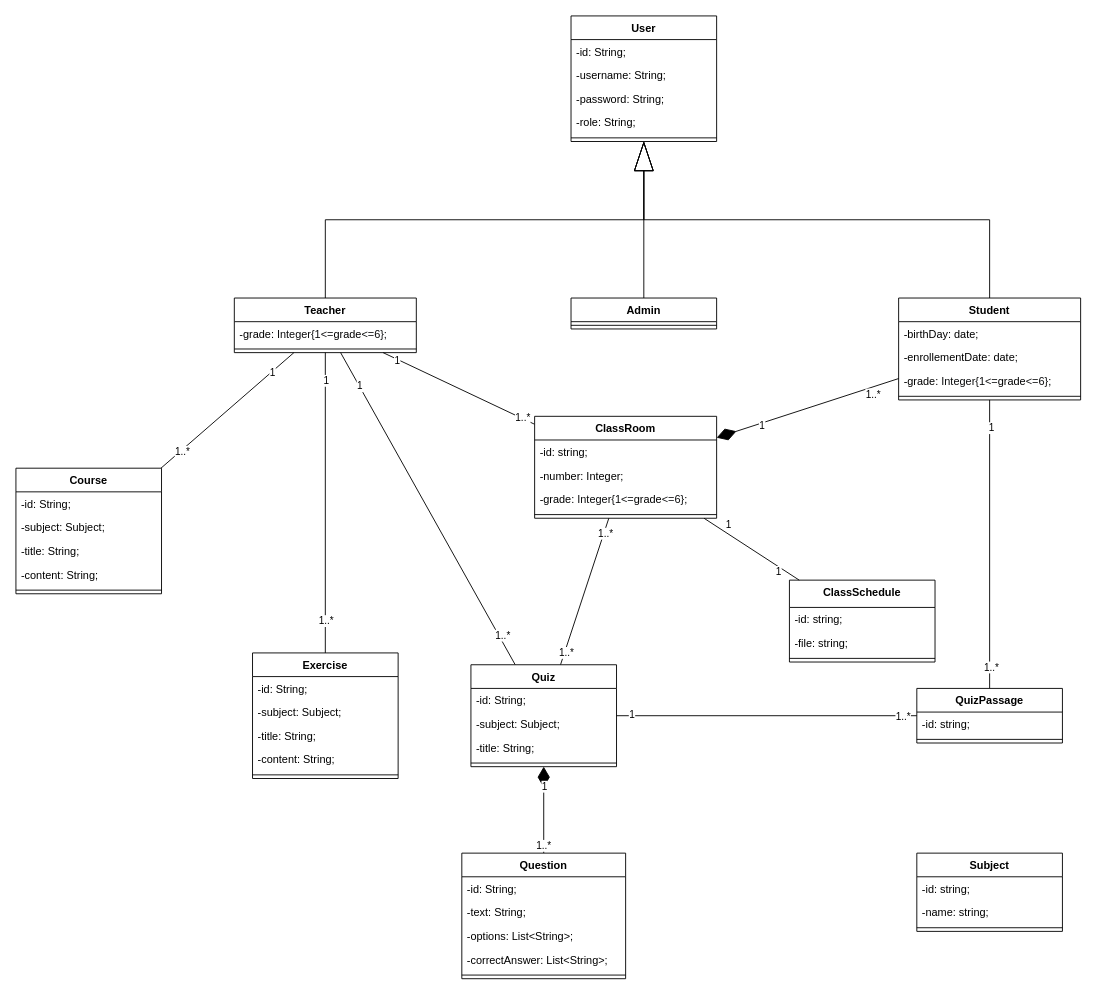
This is ConceptionUML/TaalomIT_UML.drawio from berghach/TaalomIT, a draw.io file, before an edit. Source tidied: cells renumbered, new cells numbered last; positions are measured from the earlier drawing's top-left corner, leaving out a move shared by most shapes. Both pictures are drawn from the tidied source at 91%, with x=0, y=0 at pixel (15, 15).
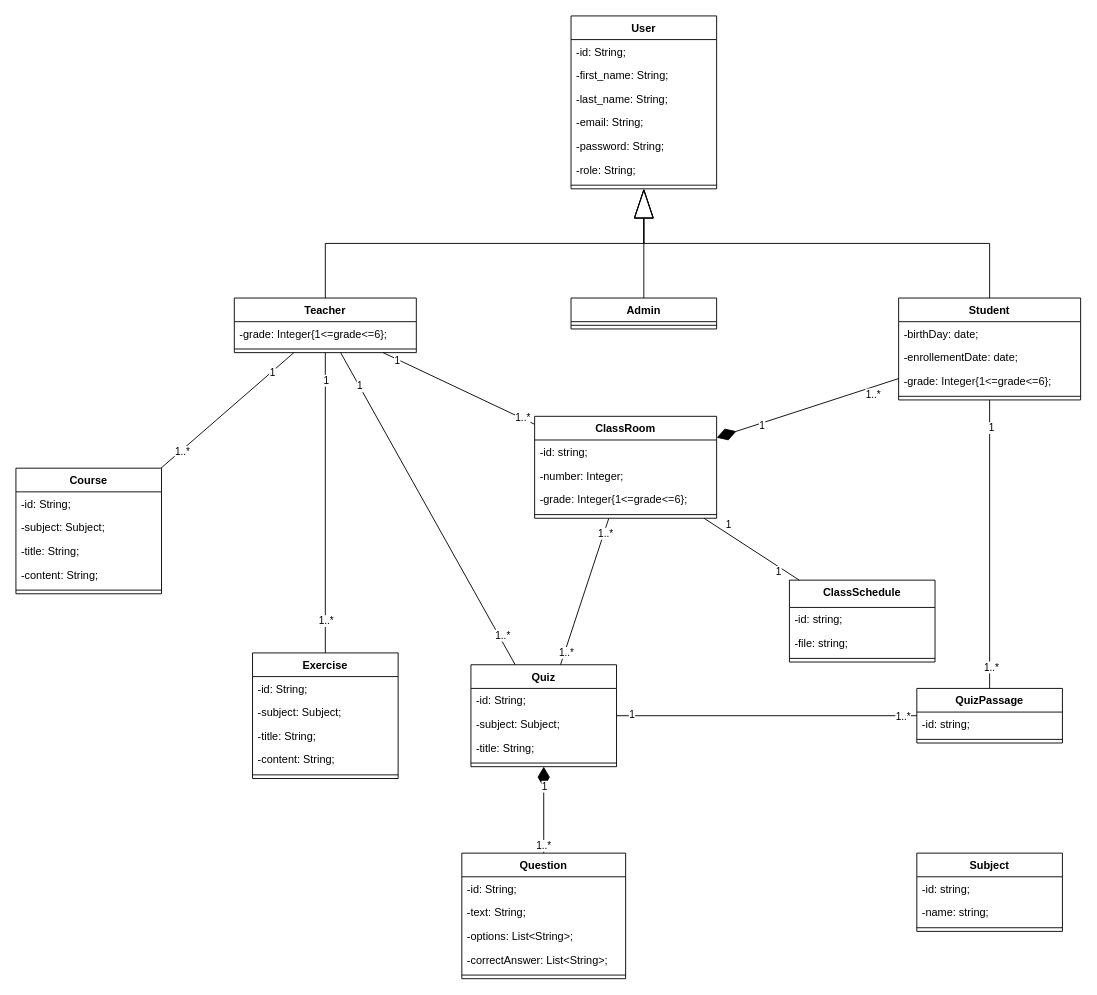
The same page after the edit.

The edit, as a diff of the source:
```diff
@@
     <mxCell id="2" value="User" style="swimlane;fontStyle=1;align=center;verticalAlign=top;horizontal=1;startSize=26;whiteSpace=wrap;html=1;" parent="1" vertex="1">
-      <mxGeometry x="610" width="160" height="138" as="geometry" />
+      <mxGeometry x="610" width="160" height="190" as="geometry" />
     </mxCell>
@@
-    <mxCell id="4" value="-username: String;" style="text;strokeColor=none;fillColor=none;align=left;verticalAlign=top;spacingLeft=4;spacingRight=4;overflow=hidden;whiteSpace=wrap;html=1;" parent="2" vertex="1">
+    <mxCell id="4" value="-first_name: String;" style="text;strokeColor=none;fillColor=none;align=left;verticalAlign=top;spacingLeft=4;spacingRight=4;overflow=hidden;whiteSpace=wrap;html=1;" parent="2" vertex="1">
       <mxGeometry y="52" width="160" height="26" as="geometry" />
     </mxCell>
+    <mxCell id="90" value="-last_name: String;" style="text;strokeColor=none;fillColor=none;align=left;verticalAlign=top;spacingLeft=4;spacingRight=4;overflow=hidden;whiteSpace=wrap;html=1;" parent="2" vertex="1">
+      <mxGeometry y="78" width="160" height="26" as="geometry" />
+    </mxCell>
+    <mxCell id="91" value="-email: String;" style="text;strokeColor=none;fillColor=none;align=left;verticalAlign=top;spacingLeft=4;spacingRight=4;overflow=hidden;whiteSpace=wrap;html=1;" parent="2" vertex="1">
+      <mxGeometry y="104" width="160" height="26" as="geometry" />
+    </mxCell>
     <mxCell id="5" value="-password: String;" style="text;strokeColor=none;fillColor=none;align=left;verticalAlign=top;spacingLeft=4;spacingRight=4;overflow=hidden;whiteSpace=wrap;html=1;" parent="2" vertex="1">
-      <mxGeometry y="78" width="160" height="26" as="geometry" />
+      <mxGeometry y="130" width="160" height="26" as="geometry" />
     </mxCell>
     <mxCell id="6" value="-role: String;" style="text;strokeColor=none;fillColor=none;align=left;verticalAlign=top;spacingLeft=4;spacingRight=4;overflow=hidden;whiteSpace=wrap;html=1;" parent="2" vertex="1">
-      <mxGeometry y="104" width="160" height="26" as="geometry" />
+      <mxGeometry y="156" width="160" height="26" as="geometry" />
     </mxCell>
     <mxCell id="7" style="line;strokeWidth=1;fillColor=none;align=left;verticalAlign=middle;spacingTop=-1;spacingLeft=3;spacingRight=3;labelPosition=right;strokeColor=inherit;" parent="2" vertex="1">
-      <mxGeometry y="130" width="160" height="8" as="geometry" />
+      <mxGeometry y="182" width="160" height="8" as="geometry" />
     </mxCell>
```
